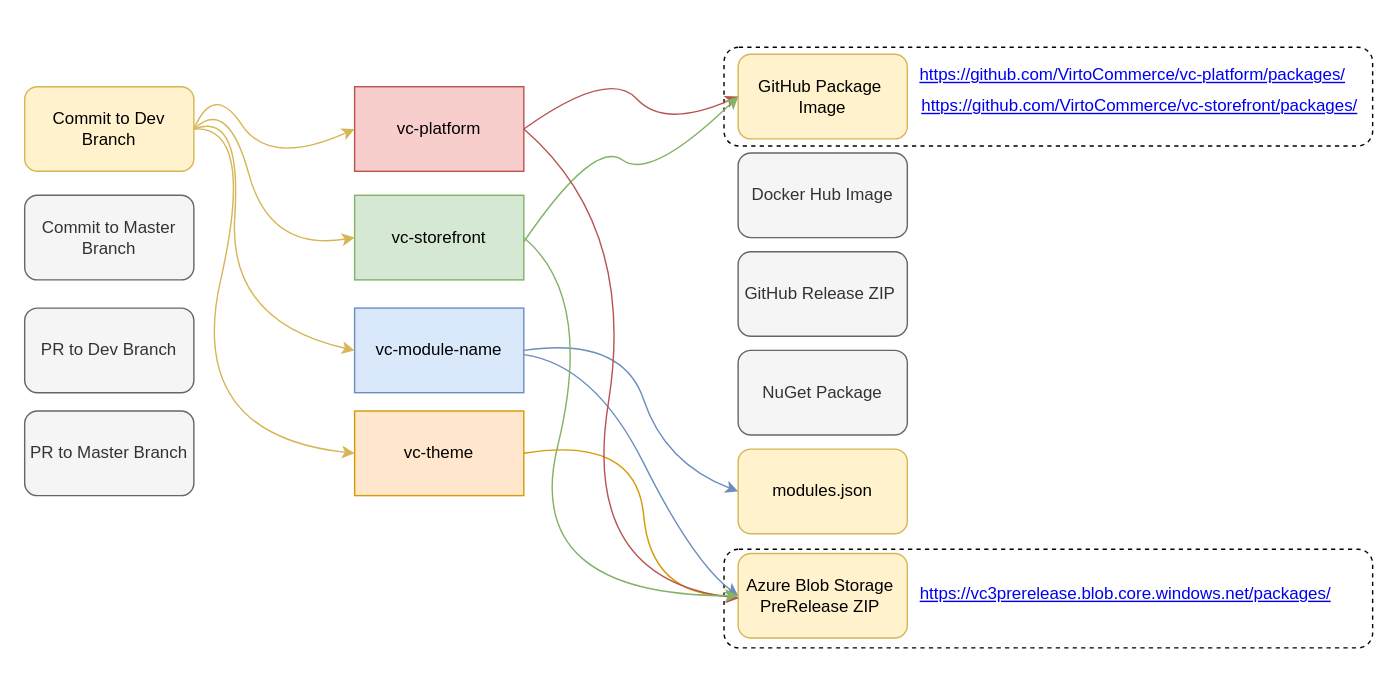
Earlier version of the draw.io diagram page "PreRelease-Flow" (1 of 7) of docs/media/GitHub-Actions-flows.drawio (VirtoCommerce/vc-github-actions). Source tidied: cells renumbered, new cells numbered last; positions are measured from the earlier drawing's top-left corner, leaving out a move shared by most shapes. Both pictures are drawn from the tidied source at 141%, with x=0, y=0 at pixel (24, 47).
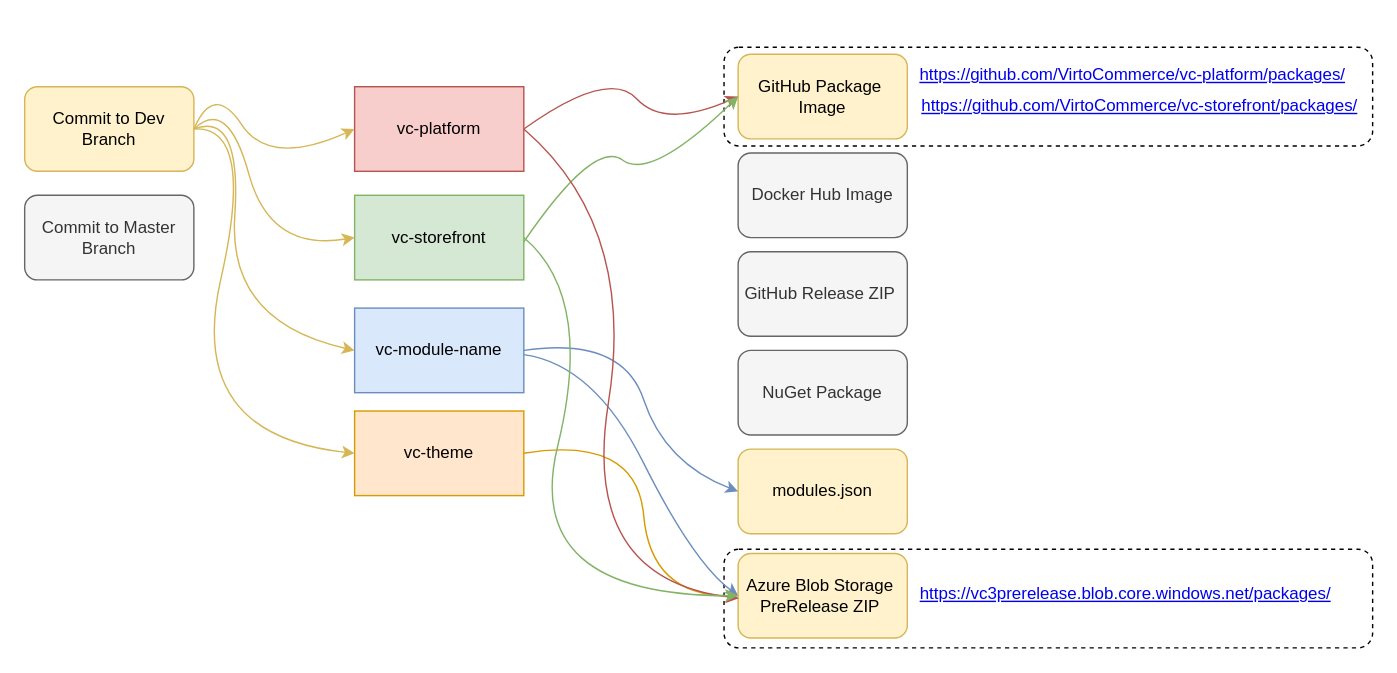
Above is the later version.

The edit, as a diff of the source:
```diff
@@
-    <mxCell id="23" value="PR to Dev Branch" style="rounded=1;whiteSpace=wrap;html=1;fillColor=#f5f5f5;strokeColor=#666666;fontColor=#333333;" parent="1" vertex="1">
-      <mxGeometry y="185" width="120" height="60" as="geometry" />
-    </mxCell>
-    <mxCell id="24" value="PR to Master Branch" style="rounded=1;whiteSpace=wrap;html=1;fillColor=#f5f5f5;strokeColor=#666666;fontColor=#333333;" parent="1" vertex="1">
-      <mxGeometry y="258" width="120" height="60" as="geometry" />
-    </mxCell>
```
